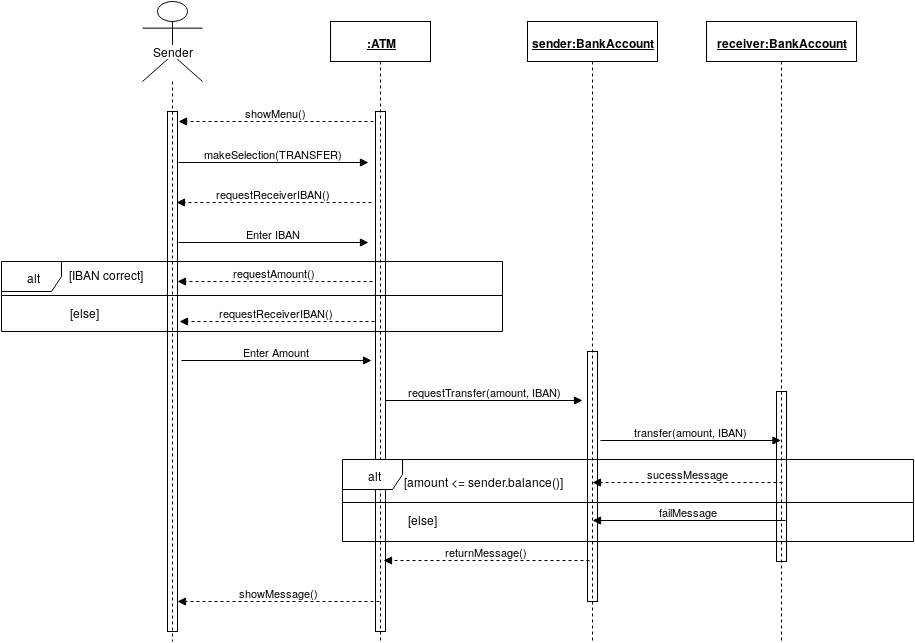
This is img/transfer_sequence.png from reem-codes/cs385, a draw.io export, as it was before one commit. Source tidied: cells renumbered, new cells last; positions are measured from the earlier drawing's top-left corner, leaving out a move shared by most shapes.
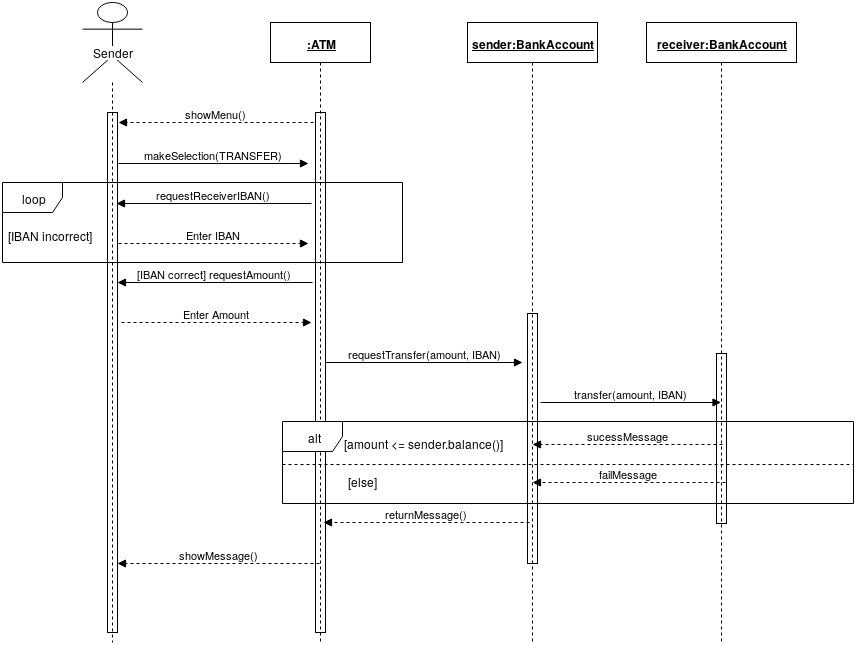
After the commit.

Change to the diagram source:
```diff
@@ -2,99 +2,85 @@
   <root>
     <mxCell id="0" />
     <mxCell id="1" parent="0" />
-    <mxCell id="2" value="alt" style="shape=umlFrame;whiteSpace=wrap;html=1;" parent="1" vertex="1">
-      <mxGeometry y="260" width="501" height="70" as="geometry" />
+    <mxCell id="2" value="loop" style="shape=umlFrame;whiteSpace=wrap;html=1;" parent="1" vertex="1">
+      <mxGeometry x="61" y="219" width="400" height="80" as="geometry" />
     </mxCell>
     <mxCell id="3" value="Sender" style="shape=umlLifeline;participant=umlActor;perimeter=lifelinePerimeter;whiteSpace=wrap;html=1;verticalAlign=top;spacingTop=36;labelBackgroundColor=#ffffff;fillColor=none;size=80;" parent="1" vertex="1">
-      <mxGeometry x="141" width="60" height="640" as="geometry" />
+      <mxGeometry x="141" y="39" width="60" height="640" as="geometry" />
     </mxCell>
     <mxCell id="4" style="html=1;points=[];perimeter=orthogonalPerimeter;fillColor=none;" parent="3" vertex="1">
       <mxGeometry x="25" y="110" width="10" height="520" as="geometry" />
     </mxCell>
     <mxCell id="5" value="&lt;u&gt;&lt;b&gt;sender:BankAccount&lt;/b&gt;&lt;/u&gt;" style="shape=umlLifeline;perimeter=lifelinePerimeter;whiteSpace=wrap;html=1;fillColor=none;" parent="1" vertex="1">
-      <mxGeometry x="526" y="20" width="130" height="620" as="geometry" />
+      <mxGeometry x="526" y="59" width="130" height="620" as="geometry" />
     </mxCell>
     <mxCell id="6" style="html=1;perimeter=orthogonalPerimeter;fillColor=none;" parent="1" vertex="1">
       <mxGeometry x="586" y="350" width="10" height="250" as="geometry" />
     </mxCell>
     <mxCell id="7" value="showMenu()" style="html=1;verticalAlign=bottom;endArrow=block;strokeColor=#000000;strokeWidth=1;dashed=1;" parent="1" edge="1">
       <mxGeometry relative="1" as="geometry">
-        <mxPoint x="372" y="120" as="sourcePoint" />
-        <mxPoint x="177" y="120" as="targetPoint" />
+        <mxPoint x="372" y="159" as="sourcePoint" />
+        <mxPoint x="177" y="159" as="targetPoint" />
       </mxGeometry>
     </mxCell>
     <mxCell id="8" value="makeSelection(TRANSFER)" style="html=1;verticalAlign=bottom;endArrow=block;strokeColor=#000000;strokeWidth=1;exitX=1;exitY=0.496;exitDx=0;exitDy=0;exitPerimeter=0;" parent="1" edge="1">
       <mxGeometry relative="1" as="geometry">
-        <mxPoint x="177" y="161" as="sourcePoint" />
-        <mxPoint x="367" y="161" as="targetPoint" />
+        <mxPoint x="177" y="200" as="sourcePoint" />
+        <mxPoint x="367" y="200" as="targetPoint" />
       </mxGeometry>
     </mxCell>
-    <mxCell id="9" value="requestReceiverIBAN()" style="html=1;verticalAlign=bottom;endArrow=block;strokeColor=#000000;strokeWidth=1;dashed=1;" parent="1" edge="1">
+    <mxCell id="9" value="requestReceiverIBAN()" style="html=1;verticalAlign=bottom;endArrow=block;strokeColor=#000000;strokeWidth=1;" parent="1" edge="1">
       <mxGeometry relative="1" as="geometry">
-        <mxPoint x="370" y="201" as="sourcePoint" />
-        <mxPoint x="175" y="201" as="targetPoint" />
+        <mxPoint x="370" y="240" as="sourcePoint" />
+        <mxPoint x="175" y="240" as="targetPoint" />
       </mxGeometry>
     </mxCell>
-    <mxCell id="10" value="Enter IBAN" style="html=1;verticalAlign=bottom;endArrow=block;strokeColor=#000000;strokeWidth=1;exitX=1;exitY=0.496;exitDx=0;exitDy=0;exitPerimeter=0;" parent="1" edge="1">
+    <mxCell id="10" value="Enter IBAN" style="html=1;verticalAlign=bottom;endArrow=block;strokeColor=#000000;strokeWidth=1;exitX=1;exitY=0.496;exitDx=0;exitDy=0;exitPerimeter=0;dashed=1;" parent="1" edge="1">
       <mxGeometry relative="1" as="geometry">
-        <mxPoint x="177" y="241" as="sourcePoint" />
-        <mxPoint x="367" y="241" as="targetPoint" />
+        <mxPoint x="177" y="280" as="sourcePoint" />
+        <mxPoint x="367" y="280" as="targetPoint" />
       </mxGeometry>
     </mxCell>
-    <mxCell id="11" value="Enter Amount" style="html=1;verticalAlign=bottom;endArrow=block;strokeColor=#000000;strokeWidth=1;exitX=1;exitY=0.496;exitDx=0;exitDy=0;exitPerimeter=0;" parent="1" edge="1">
+    <mxCell id="11" value="Enter Amount" style="html=1;verticalAlign=bottom;endArrow=block;strokeColor=#000000;strokeWidth=1;exitX=1;exitY=0.496;exitDx=0;exitDy=0;exitPerimeter=0;dashed=1;" parent="1" edge="1">
       <mxGeometry relative="1" as="geometry">
         <mxPoint x="180" y="359" as="sourcePoint" />
         <mxPoint x="370" y="359" as="targetPoint" />
       </mxGeometry>
     </mxCell>
     <mxCell id="12" value="&lt;u&gt;&lt;b&gt;:ATM&lt;/b&gt;&lt;/u&gt;" style="shape=umlLifeline;perimeter=lifelinePerimeter;whiteSpace=wrap;html=1;fillColor=none;" parent="1" vertex="1">
-      <mxGeometry x="329" y="20" width="100" height="620" as="geometry" />
+      <mxGeometry x="329" y="59" width="100" height="620" as="geometry" />
     </mxCell>
     <mxCell id="13" style="html=1;perimeter=orthogonalPerimeter;fillColor=none;" parent="12" vertex="1">
       <mxGeometry x="45" y="90" width="10" height="520" as="geometry" />
     </mxCell>
-    <mxCell id="14" style="line;strokeWidth=1;fillColor=none;align=left;verticalAlign=middle;spacingTop=-1;spacingLeft=3;spacingRight=3;labelPosition=right;" parent="1" vertex="1">
-      <mxGeometry y="290" width="501" height="8" as="geometry" />
-    </mxCell>
-    <mxCell id="15" value="[IBAN correct]" style="text;html=1;" parent="1" vertex="1">
-      <mxGeometry x="66" y="260" width="100" height="30" as="geometry" />
-    </mxCell>
-    <mxCell id="16" value="requestReceiverIBAN()" style="html=1;verticalAlign=bottom;endArrow=block;strokeColor=#000000;strokeWidth=1;dashed=1;" parent="1" edge="1">
-      <mxGeometry relative="1" as="geometry">
-        <mxPoint x="373" y="320" as="sourcePoint" />
-        <mxPoint x="178" y="320" as="targetPoint" />
-      </mxGeometry>
-    </mxCell>
-    <mxCell id="17" value="requestAmount()" style="html=1;verticalAlign=bottom;endArrow=block;strokeColor=#000000;strokeWidth=1;dashed=1;" parent="1" edge="1">
+    <mxCell id="17" value="[IBAN correct] requestAmount()" style="html=1;verticalAlign=bottom;endArrow=block;strokeColor=#000000;strokeWidth=1;" parent="1" edge="1">
       <mxGeometry relative="1" as="geometry">
-        <mxPoint x="371" y="280" as="sourcePoint" />
-        <mxPoint x="176" y="280" as="targetPoint" />
+        <mxPoint x="371" y="319" as="sourcePoint" />
+        <mxPoint x="176" y="319" as="targetPoint" />
       </mxGeometry>
     </mxCell>
-    <mxCell id="18" value="[else]" style="text;html=1;" parent="1" vertex="1">
-      <mxGeometry x="67" y="298" width="100" height="30" as="geometry" />
-    </mxCell>
     <mxCell id="19" value="requestTransfer(amount, IBAN)" style="html=1;verticalAlign=bottom;endArrow=block;strokeColor=#000000;strokeWidth=1;" parent="1" edge="1">
       <mxGeometry relative="1" as="geometry">
         <mxPoint x="384" y="399" as="sourcePoint" />
         <mxPoint x="581" y="399" as="targetPoint" />
       </mxGeometry>
     </mxCell>
-    <mxCell id="20" value="transfer(amount, IBAN)" style="html=1;verticalAlign=bottom;endArrow=block;strokeColor=#000000;strokeWidth=1;" parent="1" edge="1" target="27">
+    <mxCell id="20" value="transfer(amount, IBAN)" style="html=1;verticalAlign=bottom;endArrow=block;strokeColor=#000000;strokeWidth=1;" parent="1" edge="1">
       <mxGeometry relative="1" as="geometry">
         <mxPoint x="599" y="439" as="sourcePoint" />
+        <mxPoint x="779.5" y="439" as="targetPoint" />
       </mxGeometry>
     </mxCell>
     <mxCell id="21" value="alt" style="shape=umlFrame;whiteSpace=wrap;html=1;" parent="1" vertex="1">
       <mxGeometry x="341" y="458" width="571" height="82" as="geometry" />
     </mxCell>
-    <mxCell id="22" style="line;strokeWidth=1;fillColor=none;align=left;verticalAlign=middle;spacingTop=-1;spacingLeft=3;spacingRight=3;labelPosition=right;" parent="1" vertex="1">
+    <mxCell id="22" style="line;strokeWidth=1;fillColor=none;align=left;verticalAlign=middle;spacingTop=-1;spacingLeft=3;spacingRight=3;labelPosition=right;dashed=1;" parent="1" vertex="1">
       <mxGeometry x="341" y="497" width="571" height="8" as="geometry" />
     </mxCell>
     <mxCell id="23" value="[amount &amp;lt;= sender.balance()]" style="text;html=1;" parent="1" vertex="1">
       <mxGeometry x="401" y="466.5" width="100" height="30" as="geometry" />
     </mxCell>
-    <mxCell id="24" value="failMessage" style="html=1;verticalAlign=bottom;endArrow=block;strokeColor=#000000;strokeWidth=1;" parent="1" edge="1">
+    <mxCell id="24" value="failMessage" style="html=1;verticalAlign=bottom;endArrow=block;strokeColor=#000000;strokeWidth=1;dashed=1;" parent="1" edge="1">
       <mxGeometry relative="1" as="geometry">
         <mxPoint x="784" y="519" as="sourcePoint" />
         <mxPoint x="591" y="519" as="targetPoint" />
@@ -110,7 +96,7 @@
       <mxGeometry x="405" y="504.5" width="100" height="30" as="geometry" />
     </mxCell>
     <mxCell id="27" value="&lt;u&gt;&lt;b&gt;receiver:BankAccount&lt;/b&gt;&lt;/u&gt;" style="shape=umlLifeline;perimeter=lifelinePerimeter;whiteSpace=wrap;html=1;outlineConnect=0;fillColor=none;" parent="1" vertex="1">
-      <mxGeometry x="705" y="20" width="150" height="619" as="geometry" />
+      <mxGeometry x="705" y="59" width="150" height="619" as="geometry" />
     </mxCell>
     <mxCell id="28" style="html=1;perimeter=orthogonalPerimeter;fillColor=none;" parent="1" vertex="1">
       <mxGeometry x="775" y="390" width="10" height="170" as="geometry" />
@@ -121,10 +107,14 @@
         <mxPoint x="382" y="559" as="targetPoint" />
       </mxGeometry>
     </mxCell>
-    <mxCell id="30" value="showMessage()" style="html=1;verticalAlign=bottom;endArrow=block;strokeColor=#000000;strokeWidth=1;dashed=1;" parent="1" edge="1" target="4">
+    <mxCell id="30" value="showMessage()" style="html=1;verticalAlign=bottom;endArrow=block;strokeColor=#000000;strokeWidth=1;dashed=1;" parent="1" edge="1">
       <mxGeometry relative="1" as="geometry">
         <mxPoint x="378" y="600" as="sourcePoint" />
+        <mxPoint x="176" y="600" as="targetPoint" />
       </mxGeometry>
     </mxCell>
+    <mxCell id="31" value="[IBAN incorrect]" style="text;html=1;" parent="1" vertex="1">
+      <mxGeometry x="65" y="259" width="100" height="30" as="geometry" />
+    </mxCell>
   </root>
 </mxGraphModel>
```
